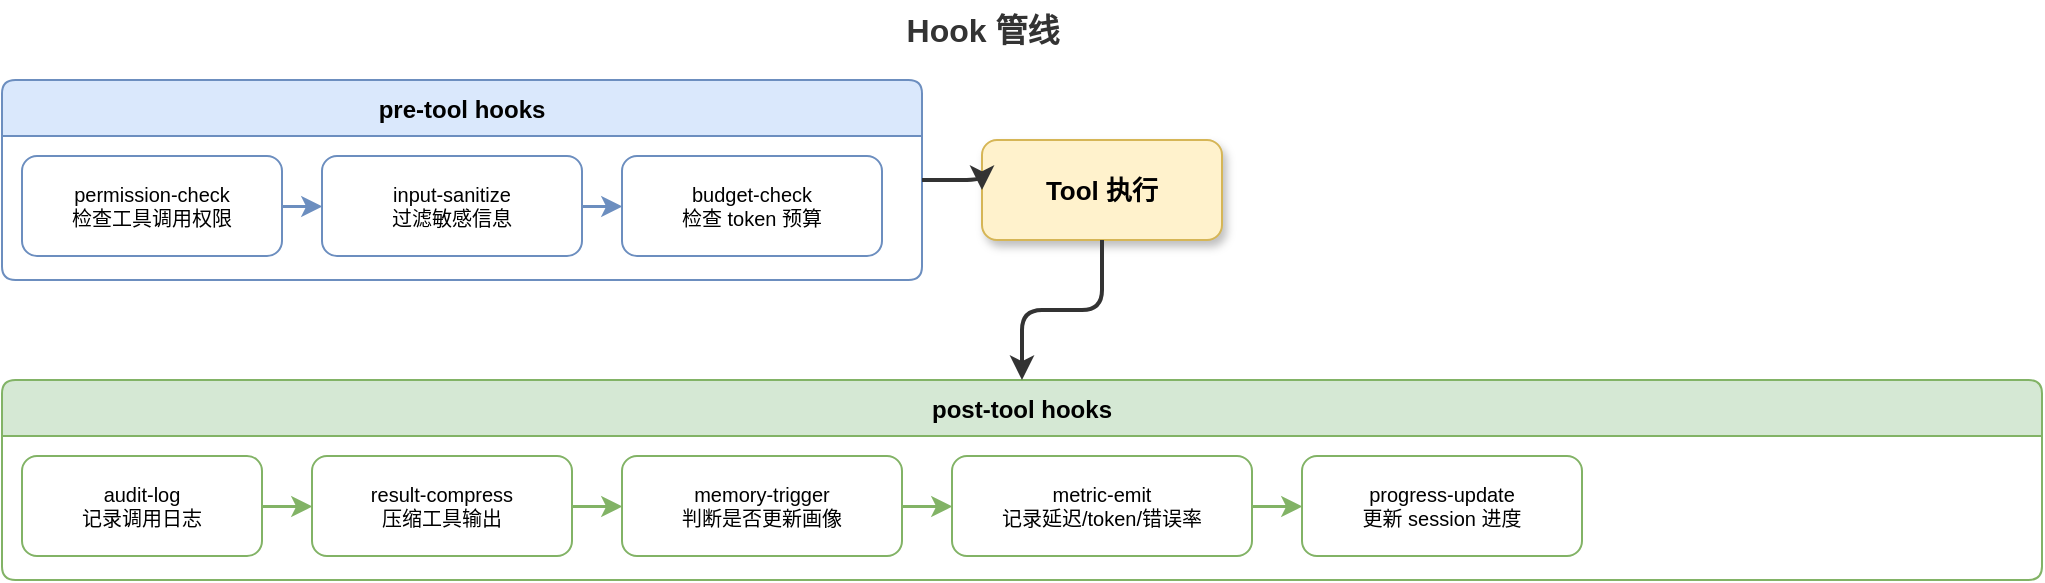
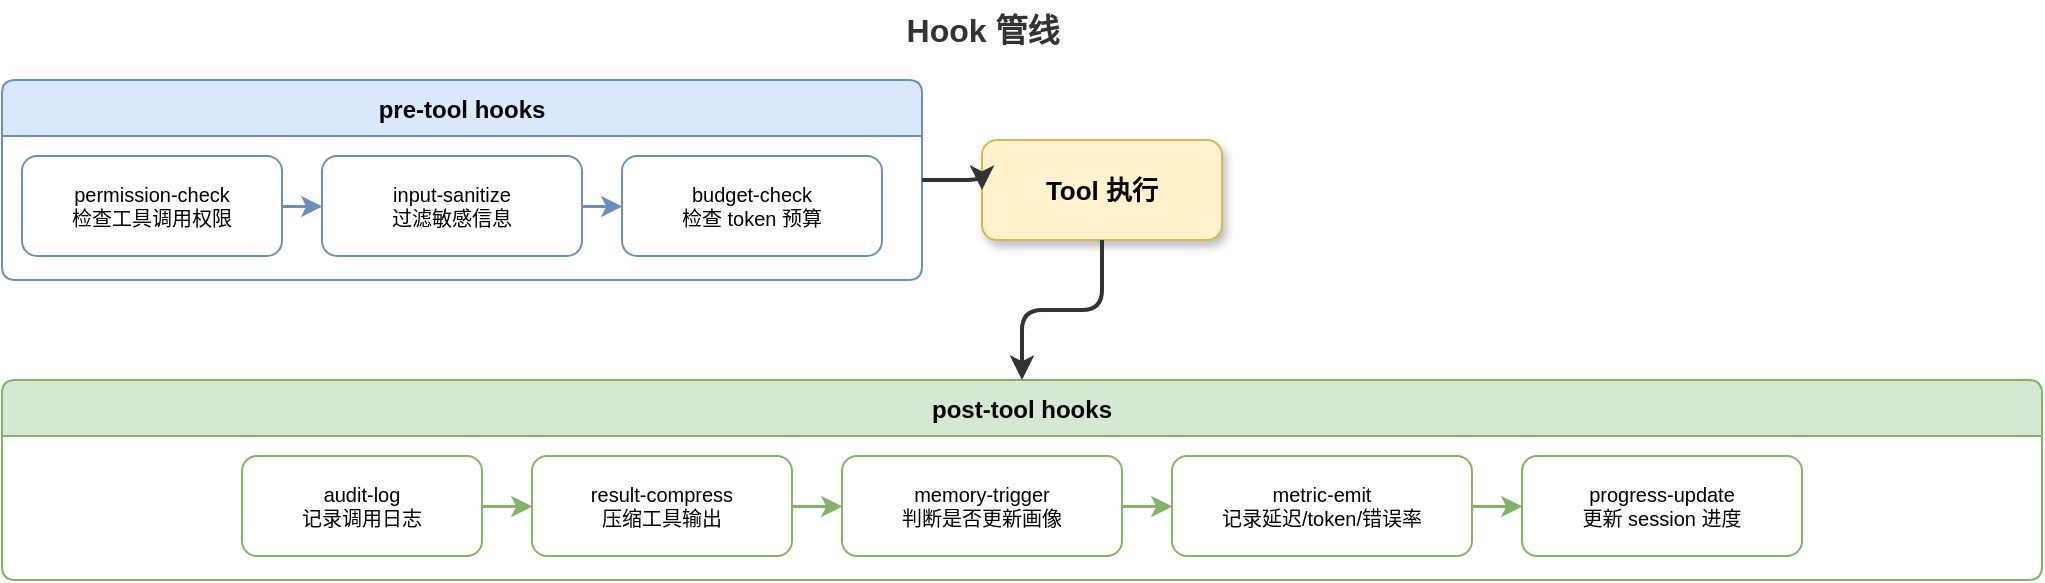
<?xml version="1.0" encoding="UTF-8"?>
<mxfile host="drawio" version="26.0.0">
  <diagram name="Page-1">
    <mxGraphModel dx="1100" dy="500" grid="1" gridSize="10" guides="1" tooltips="1" connect="1" arrows="1" fold="1" page="1" pageScale="1" pageWidth="1100" pageHeight="500" math="0" shadow="0">
      <root>
        <mxCell id="0" />
        <mxCell id="1" parent="0" />

        <!-- Title -->
        <mxCell id="title" value="Hook 管线" style="text;html=1;align=center;verticalAlign=middle;resizable=0;points=[];autosize=1;strokeColor=none;fillColor=none;fontSize=16;fontStyle=1;fontColor=#333333;" vertex="1" parent="1">
          <mxGeometry x="490" y="10" width="80" height="30" as="geometry" />
        </mxCell>

        <!-- Pre-tool hooks -->
        <mxCell id="pre_grp" value="pre-tool hooks" style="swimlane;startSize=28;fillColor=#dae8fc;strokeColor=#6c8ebf;fontStyle=1;fontSize=12;collapsible=0;rounded=1;arcSize=8;" vertex="1" parent="1">
          <mxGeometry x="40" y="50" width="460" height="100" as="geometry" />
        </mxCell>
        <mxCell id="h1" value="permission-check&#xa;检查工具调用权限" style="rounded=1;whiteSpace=wrap;html=1;fillColor=#FFFFFF;strokeColor=#6c8ebf;fontSize=10;" vertex="1" parent="pre_grp">
          <mxGeometry x="10" y="38" width="130" height="50" as="geometry" />
        </mxCell>
        <mxCell id="h2" value="input-sanitize&#xa;过滤敏感信息" style="rounded=1;whiteSpace=wrap;html=1;fillColor=#FFFFFF;strokeColor=#6c8ebf;fontSize=10;" vertex="1" parent="pre_grp">
          <mxGeometry x="160" y="38" width="130" height="50" as="geometry" />
        </mxCell>
        <mxCell id="h3" value="budget-check&#xa;检查 token 预算" style="rounded=1;whiteSpace=wrap;html=1;fillColor=#FFFFFF;strokeColor=#6c8ebf;fontSize=10;" vertex="1" parent="pre_grp">
          <mxGeometry x="310" y="38" width="130" height="50" as="geometry" />
        </mxCell>
        <mxCell id="he1" value="" style="edgeStyle=orthogonalEdgeStyle;rounded=1;orthogonalLoop=1;jettySize=auto;html=1;strokeColor=#6c8ebf;strokeWidth=1.5;exitX=1;exitY=0.5;exitDx=0;exitDy=0;entryX=0;entryY=0.5;entryDx=0;entryDy=0;" edge="1" parent="pre_grp" source="h1" target="h2">
          <mxGeometry relative="1" as="geometry" />
        </mxCell>
        <mxCell id="he2" value="" style="edgeStyle=orthogonalEdgeStyle;rounded=1;orthogonalLoop=1;jettySize=auto;html=1;strokeColor=#6c8ebf;strokeWidth=1.5;exitX=1;exitY=0.5;exitDx=0;exitDy=0;entryX=0;entryY=0.5;entryDx=0;entryDy=0;" edge="1" parent="pre_grp" source="h2" target="h3">
          <mxGeometry relative="1" as="geometry" />
        </mxCell>

        <!-- Tool execution (center) -->
        <mxCell id="tool_exec" value="Tool 执行" style="rounded=1;whiteSpace=wrap;html=1;fillColor=#fff2cc;strokeColor=#d6b656;fontSize=13;fontStyle=1;shadow=1;" vertex="1" parent="1">
          <mxGeometry x="530" y="80" width="120" height="50" as="geometry" />
        </mxCell>

        <!-- Arrow: pre to tool -->
        <mxCell id="ae1" value="" style="edgeStyle=orthogonalEdgeStyle;rounded=1;orthogonalLoop=1;jettySize=auto;html=1;strokeColor=#333333;strokeWidth=2;exitX=1;exitY=0.5;exitDx=0;exitDy=0;entryX=0;entryY=0.5;entryDx=0;entryDy=0;" edge="1" parent="1" source="pre_grp" target="tool_exec">
          <mxGeometry relative="1" as="geometry" />
        </mxCell>

        <!-- Post-tool hooks -->
        <mxCell id="post_grp" value="post-tool hooks" style="swimlane;startSize=28;fillColor=#d5e8d4;strokeColor=#82b366;fontStyle=1;fontSize=12;collapsible=0;rounded=1;arcSize=8;" vertex="1" parent="1">
          <mxGeometry x="40" y="200" width="1020" height="100" as="geometry" />
        </mxCell>
        <mxCell id="h4" value="audit-log&#xa;记录调用日志" style="rounded=1;whiteSpace=wrap;html=1;fillColor=#FFFFFF;strokeColor=#82b366;fontSize=10;" vertex="1" parent="post_grp">
-           <mxGeometry x="10" y="38" width="120" height="50" as="geometry" />
+           <mxGeometry x="120" y="38" width="120" height="50" as="geometry" />
        </mxCell>
        <mxCell id="h5" value="result-compress&#xa;压缩工具输出" style="rounded=1;whiteSpace=wrap;html=1;fillColor=#FFFFFF;strokeColor=#82b366;fontSize=10;" vertex="1" parent="post_grp">
-           <mxGeometry x="155" y="38" width="130" height="50" as="geometry" />
+           <mxGeometry x="265" y="38" width="130" height="50" as="geometry" />
        </mxCell>
        <mxCell id="h6" value="memory-trigger&#xa;判断是否更新画像" style="rounded=1;whiteSpace=wrap;html=1;fillColor=#FFFFFF;strokeColor=#82b366;fontSize=10;" vertex="1" parent="post_grp">
-           <mxGeometry x="310" y="38" width="140" height="50" as="geometry" />
+           <mxGeometry x="420" y="38" width="140" height="50" as="geometry" />
        </mxCell>
        <mxCell id="h7" value="metric-emit&#xa;记录延迟/token/错误率" style="rounded=1;whiteSpace=wrap;html=1;fillColor=#FFFFFF;strokeColor=#82b366;fontSize=10;" vertex="1" parent="post_grp">
-           <mxGeometry x="475" y="38" width="150" height="50" as="geometry" />
+           <mxGeometry x="585" y="38" width="150" height="50" as="geometry" />
        </mxCell>
        <mxCell id="h8" value="progress-update&#xa;更新 session 进度" style="rounded=1;whiteSpace=wrap;html=1;fillColor=#FFFFFF;strokeColor=#82b366;fontSize=10;" vertex="1" parent="post_grp">
-           <mxGeometry x="650" y="38" width="140" height="50" as="geometry" />
+           <mxGeometry x="760" y="38" width="140" height="50" as="geometry" />
        </mxCell>
        <mxCell id="he3" value="" style="edgeStyle=orthogonalEdgeStyle;rounded=1;orthogonalLoop=1;jettySize=auto;html=1;strokeColor=#82b366;strokeWidth=1.5;exitX=1;exitY=0.5;exitDx=0;exitDy=0;entryX=0;entryY=0.5;entryDx=0;entryDy=0;" edge="1" parent="post_grp" source="h4" target="h5">
          <mxGeometry relative="1" as="geometry" />
        </mxCell>
        <mxCell id="he4" value="" style="edgeStyle=orthogonalEdgeStyle;rounded=1;orthogonalLoop=1;jettySize=auto;html=1;strokeColor=#82b366;strokeWidth=1.5;exitX=1;exitY=0.5;exitDx=0;exitDy=0;entryX=0;entryY=0.5;entryDx=0;entryDy=0;" edge="1" parent="post_grp" source="h5" target="h6">
          <mxGeometry relative="1" as="geometry" />
        </mxCell>
        <mxCell id="he5" value="" style="edgeStyle=orthogonalEdgeStyle;rounded=1;orthogonalLoop=1;jettySize=auto;html=1;strokeColor=#82b366;strokeWidth=1.5;exitX=1;exitY=0.5;exitDx=0;exitDy=0;entryX=0;entryY=0.5;entryDx=0;entryDy=0;" edge="1" parent="post_grp" source="h6" target="h7">
          <mxGeometry relative="1" as="geometry" />
        </mxCell>
        <mxCell id="he6" value="" style="edgeStyle=orthogonalEdgeStyle;rounded=1;orthogonalLoop=1;jettySize=auto;html=1;strokeColor=#82b366;strokeWidth=1.5;exitX=1;exitY=0.5;exitDx=0;exitDy=0;entryX=0;entryY=0.5;entryDx=0;entryDy=0;" edge="1" parent="post_grp" source="h7" target="h8">
          <mxGeometry relative="1" as="geometry" />
        </mxCell>

        <!-- Arrow: tool to post -->
        <mxCell id="ae2" value="" style="edgeStyle=orthogonalEdgeStyle;rounded=1;orthogonalLoop=1;jettySize=auto;html=1;strokeColor=#333333;strokeWidth=2;exitX=0.5;exitY=1;exitDx=0;exitDy=0;entryX=0.5;entryY=0;entryDx=0;entryDy=0;" edge="1" parent="1" source="tool_exec" target="post_grp">
          <mxGeometry relative="1" as="geometry" />
        </mxCell>
      </root>
    </mxGraphModel>
  </diagram>
</mxfile>
